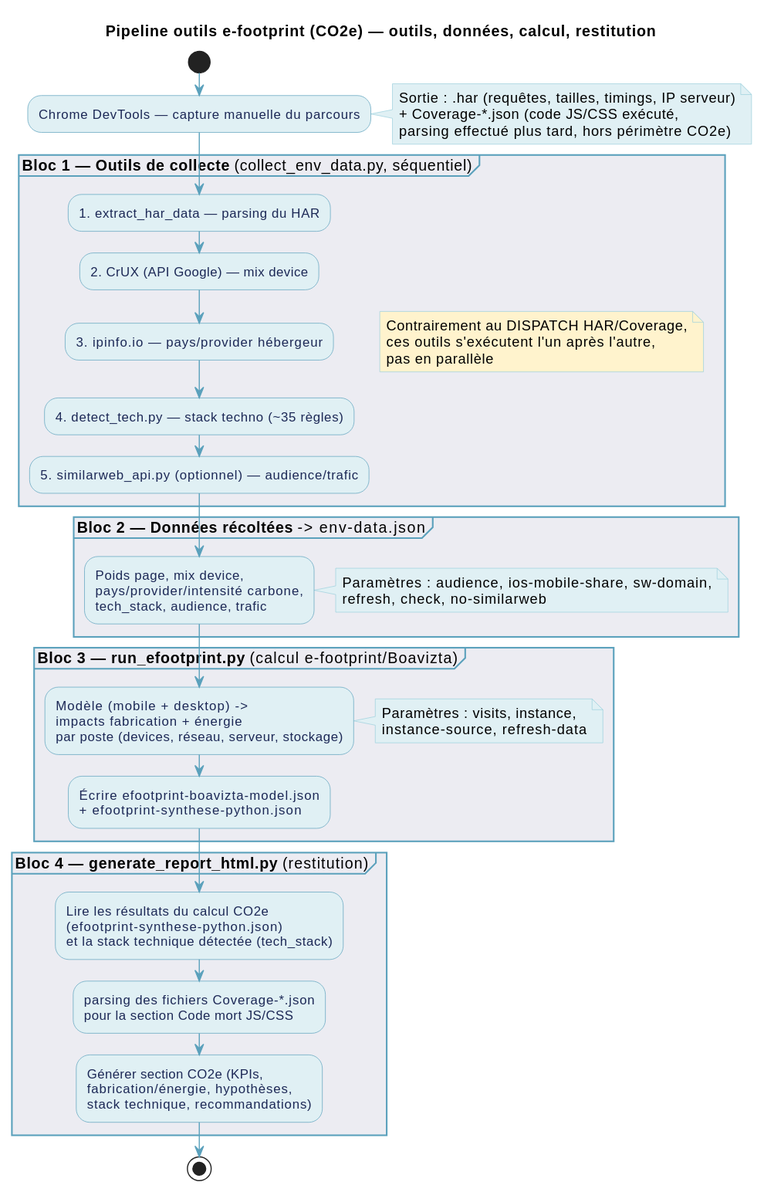
Before: documentation/diagrammes/analyse-parcours-efootprint-outils.svg, a diagram exported from PlantUML (Boavizta/eroom). Its diagram source:
```plantuml
@startuml
title Pipeline outils e-footprint (CO2e) — outils, données, calcul, restitution

skinparam backgroundColor #FFFFFF
skinparam activity {
  BackgroundColor #E0F0F4
  BorderColor #5BA1BC
  FontColor #1C2856
  DiamondBackgroundColor #E0F0F4
  DiamondBorderColor #5BA1BC
}
skinparam ArrowColor #5BA1BC
skinparam ActivityBarColor #5BA1BC
skinparam NoteBackgroundColor #E0F0F4
skinparam NoteBorderColor #9BD0DD
skinparam PartitionBackgroundColor #ECECF2
skinparam PartitionBorderColor #5BA1BC

start
:Chrome DevTools — capture manuelle du parcours;
note right
  Sortie : .har (requêtes, tailles, timings, IP serveur)
  + Coverage-*.json (code JS/CSS exécuté,
  parsing effectué plus tard, hors périmètre CO2e)
end note

partition "**Bloc 1 — Outils de collecte** (collect_env_data.py, séquentiel)" {
  note right #FFF3CD
    Contrairement au DISPATCH HAR/Coverage,
    ces outils s'exécutent l'un après l'autre,
    pas en parallèle
  end note

  :1. extract_har_data — parsing du HAR;
  :2. CrUX (API Google) — mix device;
  :3. ipinfo.io — pays/provider hébergeur;
  :4. detect_tech.py — stack techno (~35 règles);
  :5. similarweb_api.py (optionnel) — audience/trafic;
}

partition "**Bloc 2 — Données récoltées** -> env-data.json" {
  :Poids page, mix device,
  pays/provider/intensité carbone,
  tech_stack, audience, trafic;
  note right
    Paramètres : audience, ios-mobile-share, sw-domain,
    refresh, check, no-similarweb
  end note
}

partition "**Bloc 3 — run_efootprint.py** (calcul e-footprint/Boavizta)" {
  :Modèle (mobile + desktop) ->
  impacts fabrication + énergie
  par poste (devices, réseau, serveur, stockage);
  note right
    Paramètres : visits, instance,
    instance-source, refresh-data
  end note
  :Écrire efootprint-boavizta-model.json
  + efootprint-synthese-python.json;
}

partition "**Bloc 4 — generate_report_html.py** (restitution)" {
  :Lire les résultats du calcul CO2e
  (efootprint-synthese-python.json)
  et la stack technique détectée (tech_stack);
  :parsing des fichiers Coverage-*.json
  pour la section Code mort JS/CSS;
  :Générer section CO2e (KPIs,
  fabrication/énergie, hypothèses,
  stack technique, recommandations);
}

stop
@enduml
```
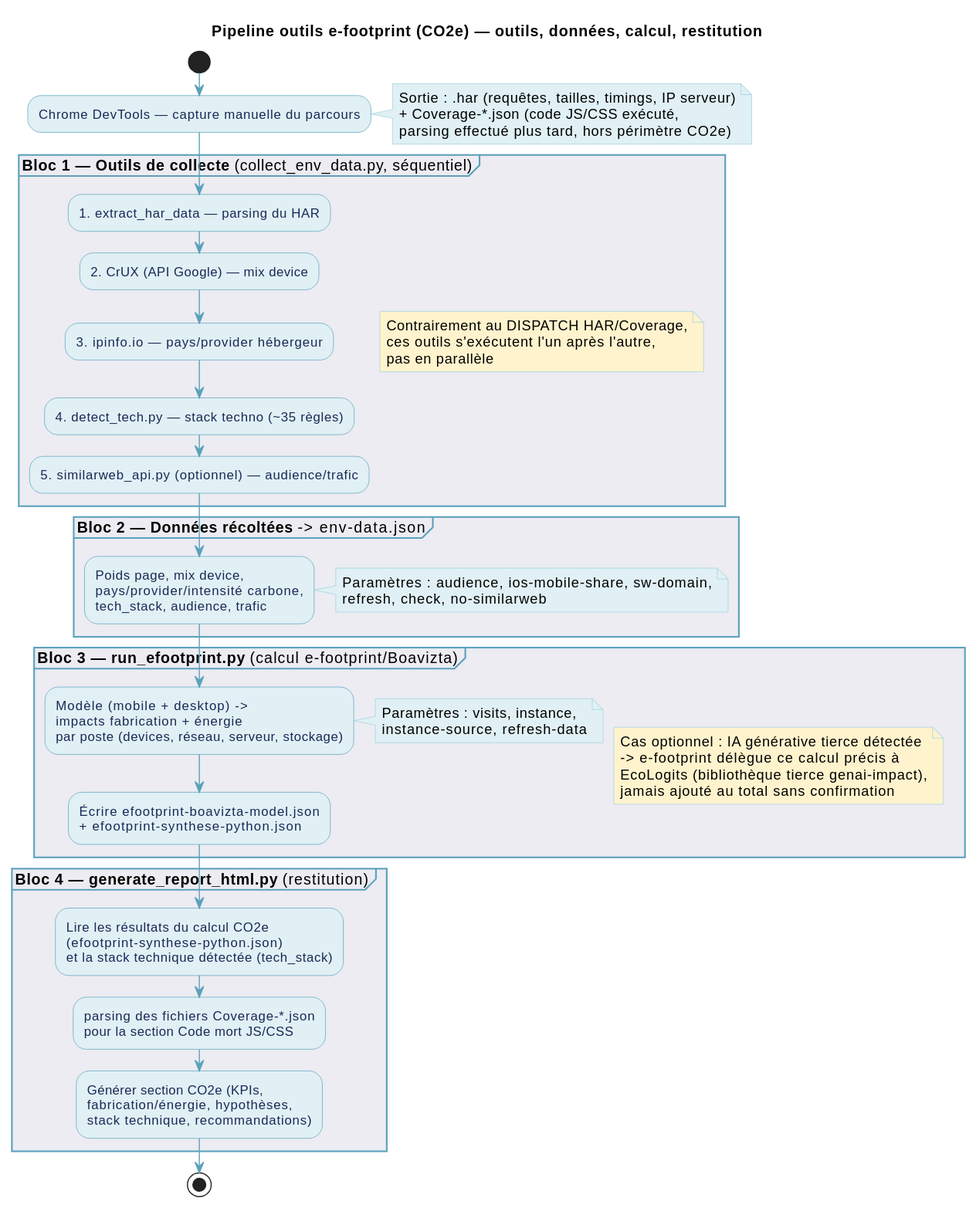
Above is the later version.

Commit message:
docs(outils): complete le README et le diagramme e-footprint, PageSpeed/ipinfo.io/EcoLogits manquaient

Change to the diagram source:
```diff
@@ -49,6 +49,12 @@
 }
 
 partition "**Bloc 3 — run_efootprint.py** (calcul e-footprint/Boavizta)" {
+  note right #FFF3CD
+    Cas optionnel : IA générative tierce détectée
+    -> e-footprint délègue ce calcul précis à
+    EcoLogits (bibliothèque tierce genai-impact),
+    jamais ajouté au total sans confirmation
+  end note
   :Modèle (mobile + desktop) ->
   impacts fabrication + énergie
   par poste (devices, réseau, serveur, stockage);
```
